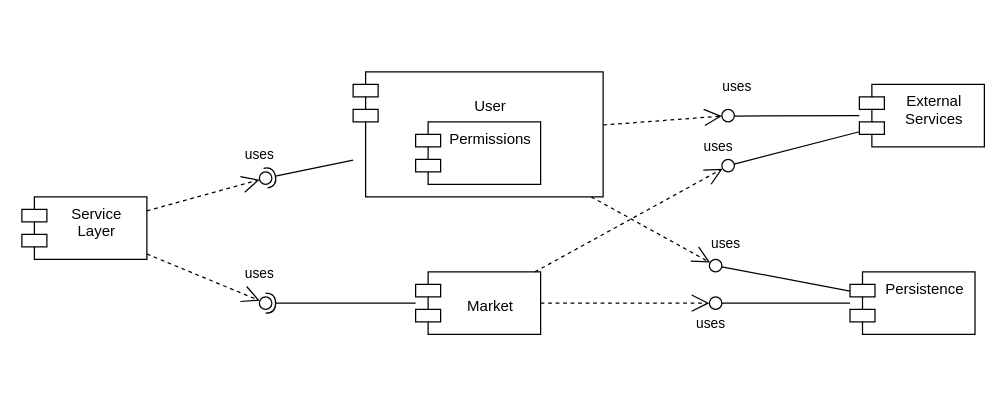
Above: page "Component Diagram" (2 of 2) of Workshop.drawio in itaitzruia4/Workshop (draw.io), before the change. Source tidied: cells renumbered, new cells numbered last; positions are measured from the earlier drawing's top-left corner, leaving out a move shared by most shapes. Both pictures are drawn from the tidied source at 125%, with x=0, y=0 at pixel (21, 71).
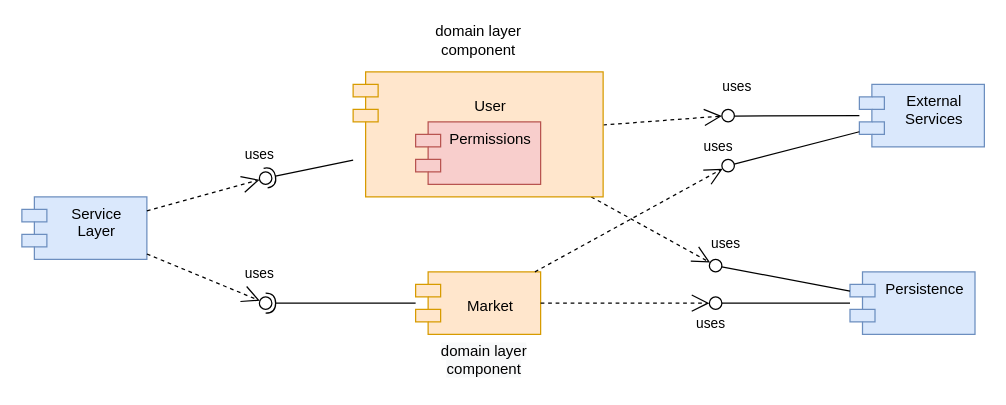
The same diagram, later.

Commit message:
added colors to component diagram

Change to the diagram source:
```diff
@@
-    <mxCell id="2" value="&#10;Market" style="shape=module;align=left;spacingLeft=20;align=center;verticalAlign=top;" parent="1" vertex="1">
+    <mxCell id="2" value="&#10;Market" style="shape=module;align=left;spacingLeft=20;align=center;verticalAlign=top;fillColor=#ffe6cc;strokeColor=#d79b00;" parent="1" vertex="1">
       <mxGeometry x="315" y="160" width="100" height="50" as="geometry" />
     </mxCell>
-    <mxCell id="3" value="Service&#10;Layer" style="shape=module;align=left;spacingLeft=20;align=center;verticalAlign=top;" parent="1" vertex="1">
+    <mxCell id="3" value="Service&#10;Layer" style="shape=module;align=left;spacingLeft=20;align=center;verticalAlign=top;fillColor=#dae8fc;strokeColor=#6c8ebf;" parent="1" vertex="1">
       <mxGeometry y="100" width="100" height="50" as="geometry" />
     </mxCell>
-    <mxCell id="4" value="Persistence" style="shape=module;align=left;spacingLeft=20;align=center;verticalAlign=top;" parent="1" vertex="1">
+    <mxCell id="4" value="Persistence" style="shape=module;align=left;spacingLeft=20;align=center;verticalAlign=top;fillColor=#dae8fc;strokeColor=#6c8ebf;" parent="1" vertex="1">
       <mxGeometry x="662.5" y="160" width="100" height="50" as="geometry" />
     </mxCell>
-    <mxCell id="5" value="External&#10;Services" style="shape=module;align=left;spacingLeft=20;align=center;verticalAlign=top;" parent="1" vertex="1">
+    <mxCell id="5" value="External&#10;Services" style="shape=module;align=left;spacingLeft=20;align=center;verticalAlign=top;fillColor=#dae8fc;strokeColor=#6c8ebf;" parent="1" vertex="1">
       <mxGeometry x="670" y="10" width="100" height="50" as="geometry" />
     </mxCell>
@@
-    <mxCell id="16" style="group;" parent="1" vertex="1">
-      <mxGeometry x="265" width="200" height="100" as="geometry" />
-    </mxCell>
-    <mxCell id="17" value="&#10;User" style="shape=module;align=left;spacingLeft=20;align=center;verticalAlign=top;" parent="16" vertex="1">
-      <mxGeometry width="200" height="100" as="geometry" />
-    </mxCell>
-    <mxCell id="18" value="Permissions" style="shape=module;align=left;spacingLeft=20;align=center;verticalAlign=top;" parent="16" vertex="1">
-      <mxGeometry x="50" y="40" width="100" height="50" as="geometry" />
-    </mxCell>
@@
+    <mxCell id="17" value="&#10;User" style="shape=module;align=left;spacingLeft=20;align=center;verticalAlign=top;fillColor=#ffe6cc;strokeColor=#d79b00;" parent="1" vertex="1">
+      <mxGeometry x="265" width="200" height="100" as="geometry" />
+    </mxCell>
+    <mxCell id="18" value="Permissions" style="shape=module;align=left;spacingLeft=20;align=center;verticalAlign=top;fillColor=#f8cecc;strokeColor=#b85450;" parent="1" vertex="1">
+      <mxGeometry x="315" y="40" width="100" height="50" as="geometry" />
+    </mxCell>
+    <mxCell id="33" value="domain layer&lt;br&gt;component" style="text;html=1;align=center;verticalAlign=middle;strokeColor=none;fillColor=none;" parent="1" vertex="1">
+      <mxGeometry x="325" y="-40" width="80" height="30" as="geometry" />
+    </mxCell>
+    <mxCell id="34" value="&lt;span style=&quot;color: rgb(0 , 0 , 0) ; font-family: &amp;#34;helvetica&amp;#34; ; font-size: 12px ; font-style: normal ; font-weight: 400 ; letter-spacing: normal ; text-indent: 0px ; text-transform: none ; word-spacing: 0px ; background-color: rgb(248 , 249 , 250) ; display: inline ; float: none&quot;&gt;domain layer&lt;/span&gt;&lt;br style=&quot;color: rgb(0 , 0 , 0) ; font-family: &amp;#34;helvetica&amp;#34; ; font-size: 12px ; font-style: normal ; font-weight: 400 ; letter-spacing: normal ; text-indent: 0px ; text-transform: none ; word-spacing: 0px ; background-color: rgb(248 , 249 , 250)&quot;&gt;&lt;span style=&quot;color: rgb(0 , 0 , 0) ; font-family: &amp;#34;helvetica&amp;#34; ; font-size: 12px ; font-style: normal ; font-weight: 400 ; letter-spacing: normal ; text-indent: 0px ; text-transform: none ; word-spacing: 0px ; background-color: rgb(248 , 249 , 250) ; display: inline ; float: none&quot;&gt;component&lt;/span&gt;" style="text;whiteSpace=wrap;html=1;align=center;" parent="1" vertex="1">
+      <mxGeometry x="325" y="210" width="90" height="40" as="geometry" />
+    </mxCell>
```
